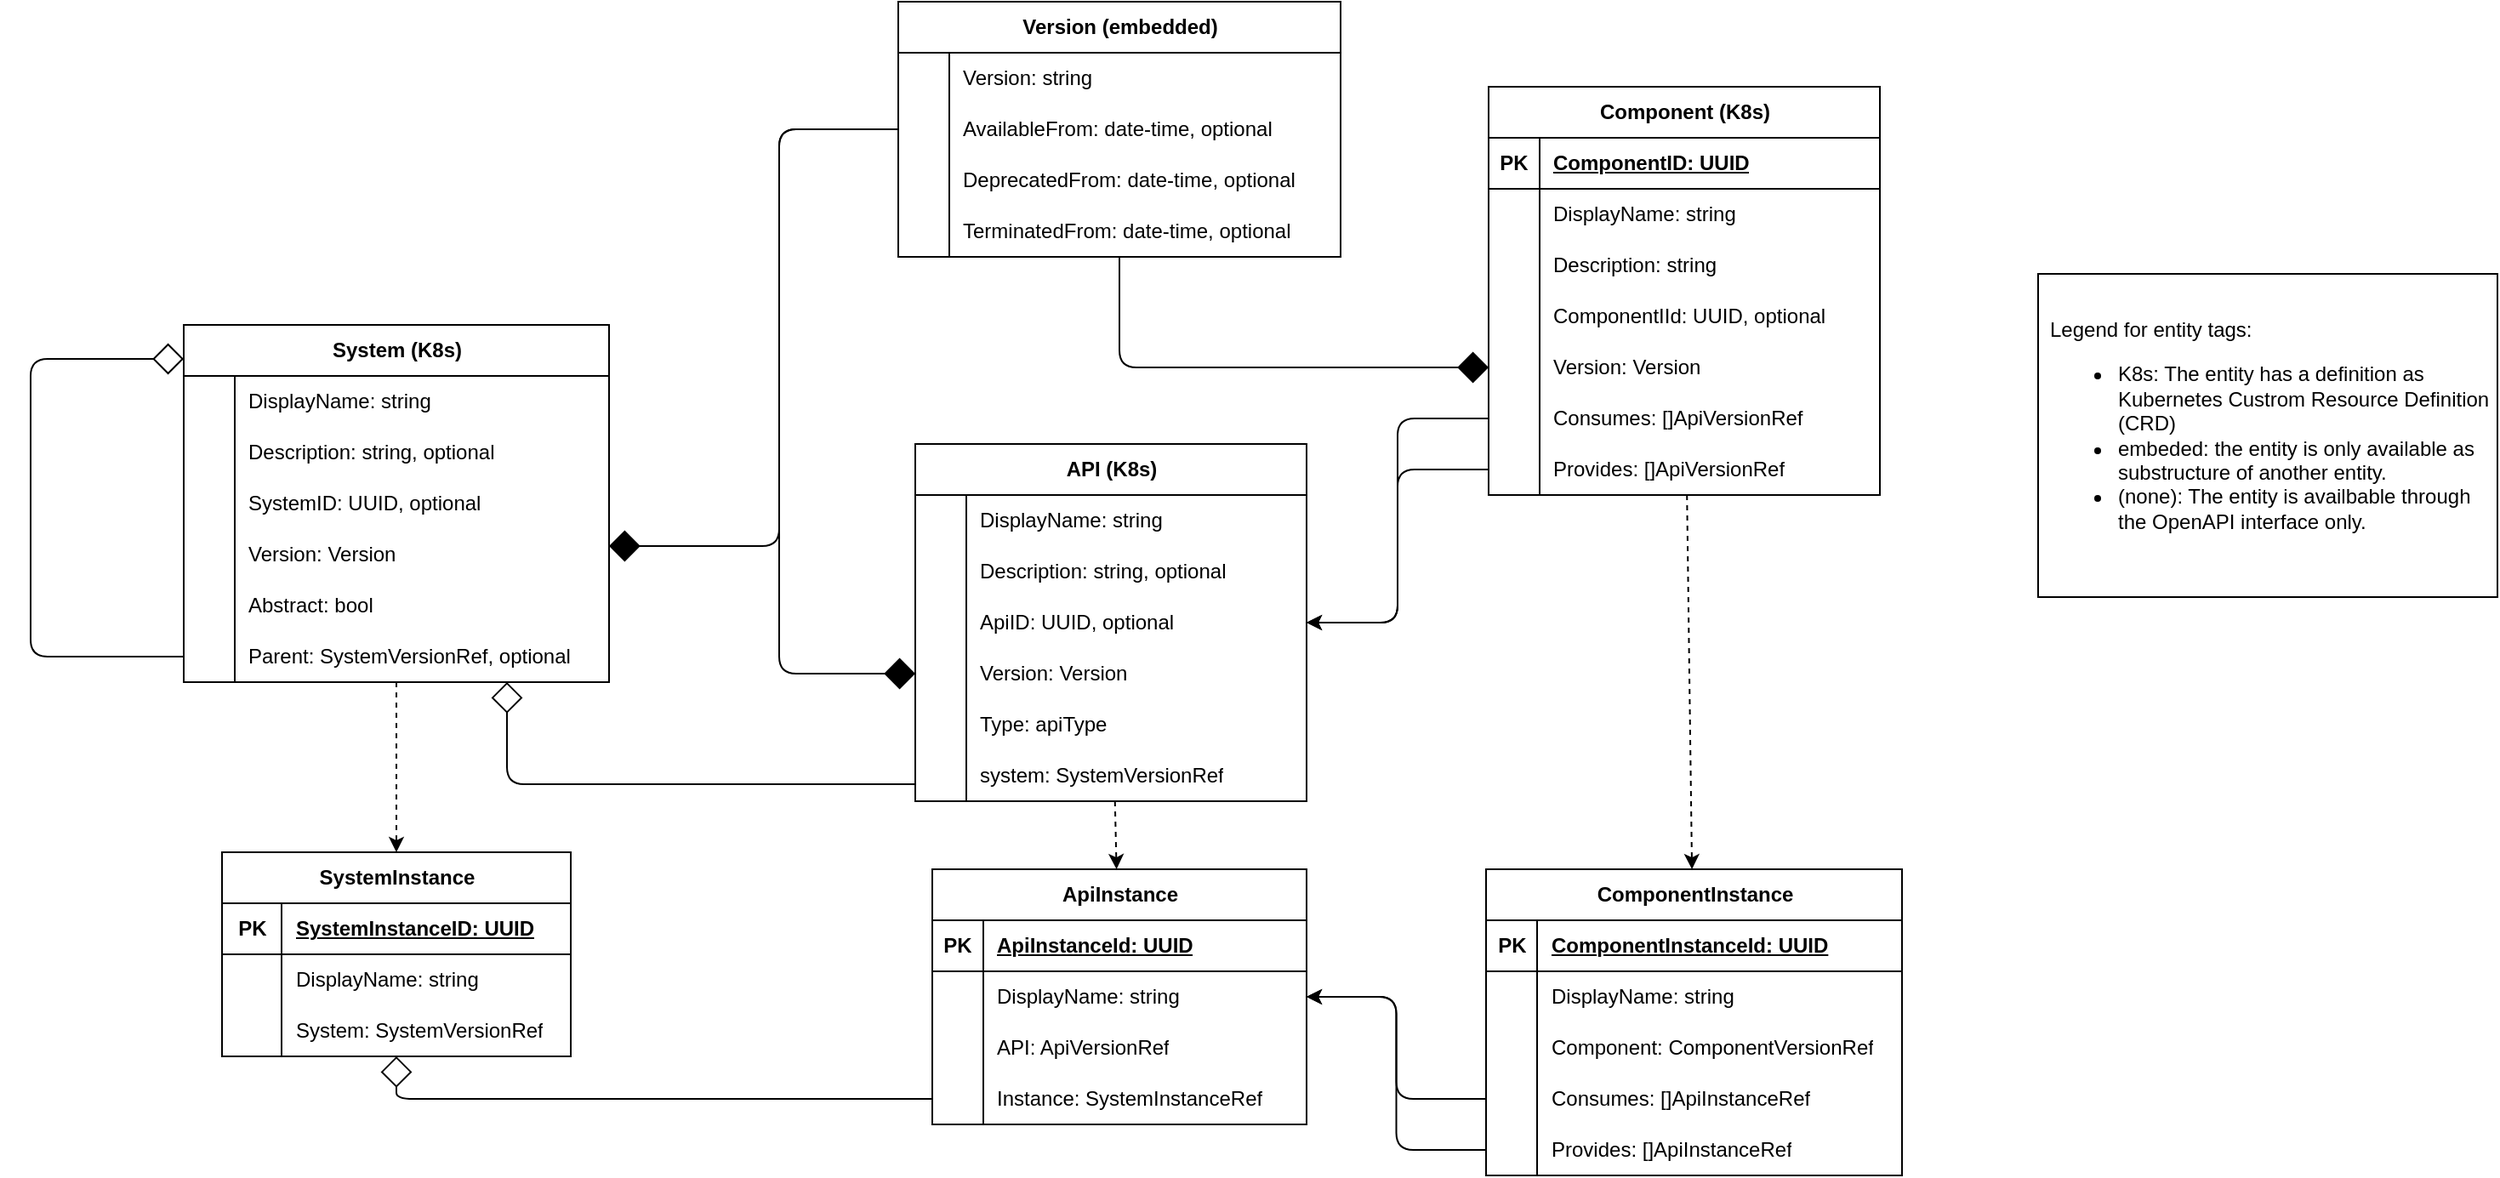
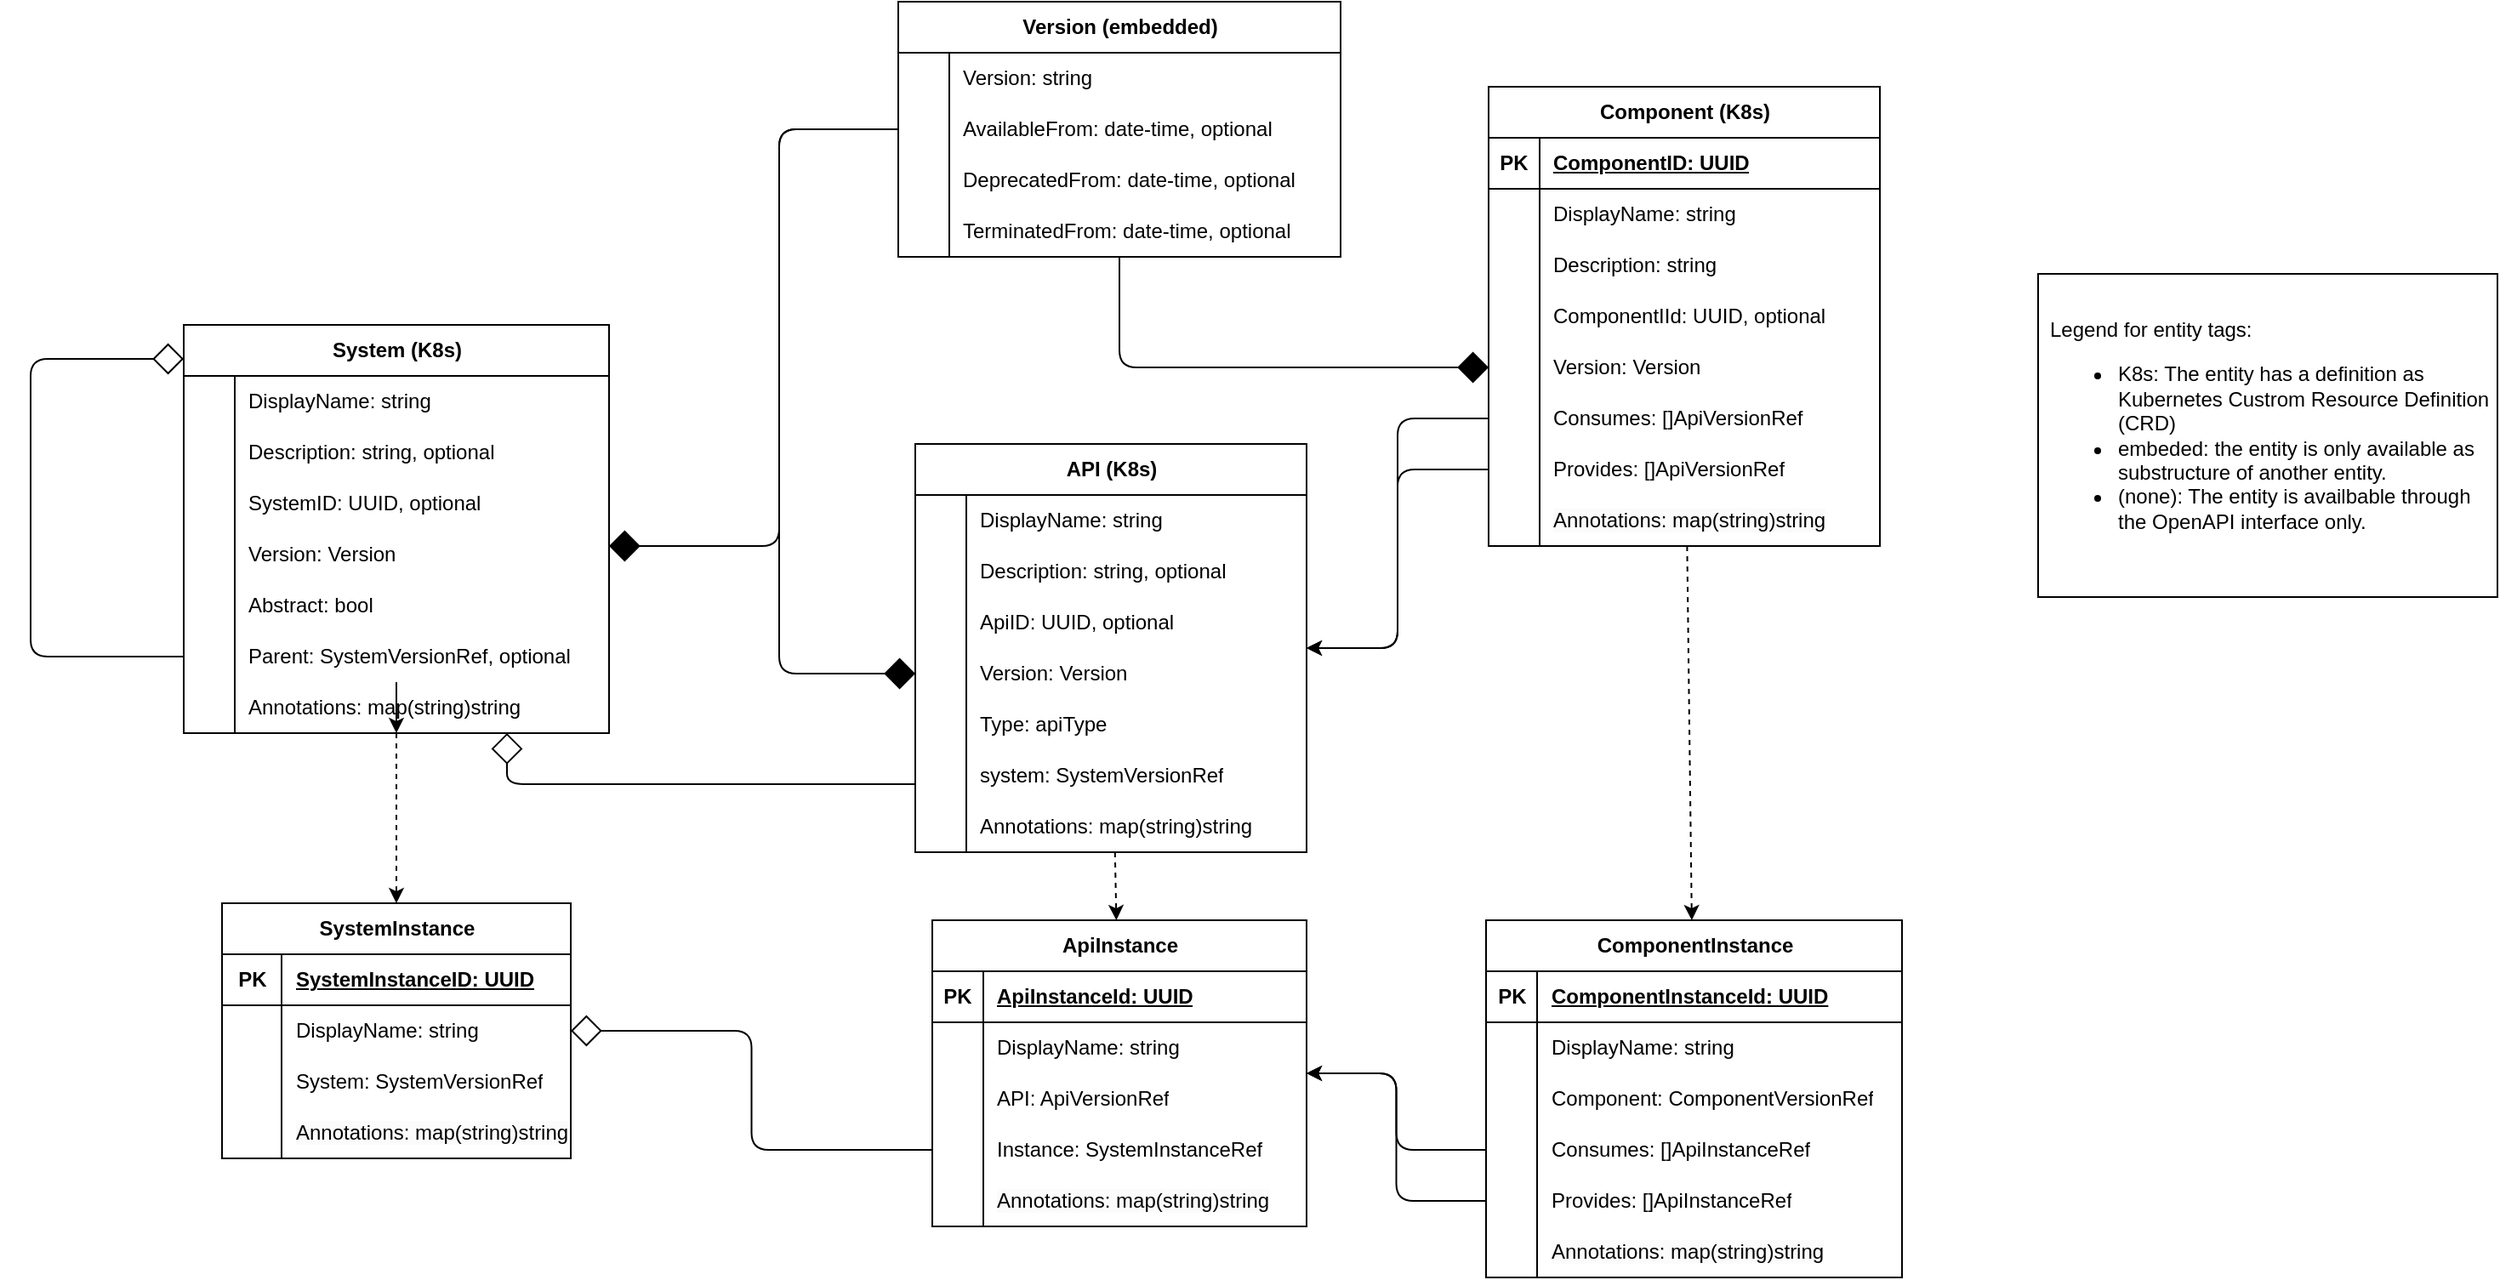
<mxfile host="65bd71144e">
    <diagram id="egGxFhZj15wtIb_rM2Mn" name="Phase 1">
-         <mxGraphModel dx="2337" dy="1625" grid="1" gridSize="10" guides="1" tooltips="1" connect="1" arrows="1" fold="1" page="1" pageScale="1" pageWidth="827" pageHeight="1169" math="0" shadow="0">
+         <mxGraphModel dx="1864" dy="1625" grid="1" gridSize="10" guides="1" tooltips="1" connect="1" arrows="1" fold="1" page="1" pageScale="1" pageWidth="827" pageHeight="1169" math="0" shadow="0">
            <root>
                <mxCell id="0"/>
                <mxCell id="1" parent="0"/>
                <mxCell id="129" style="edgeStyle=none;html=1;dashed=1;" edge="1" parent="1" source="2" target="107">
                    <mxGeometry relative="1" as="geometry"/>
                </mxCell>
                <mxCell id="2" value="System (K8s)" style="shape=table;startSize=30;container=1;collapsible=1;childLayout=tableLayout;fixedRows=1;rowLines=0;fontStyle=1;align=center;resizeLast=1;html=1;" vertex="1" parent="1">
-                     <mxGeometry x="-120" y="60" width="250" height="210" as="geometry"/>
+                     <mxGeometry x="-120" y="60" width="250" height="240" as="geometry"/>
                </mxCell>
                <mxCell id="6" value="" style="shape=tableRow;horizontal=0;startSize=0;swimlaneHead=0;swimlaneBody=0;fillColor=none;collapsible=0;dropTarget=0;points=[[0,0.5],[1,0.5]];portConstraint=eastwest;top=0;left=0;right=0;bottom=0;" vertex="1" parent="2">
                    <mxGeometry y="30" width="250" height="30" as="geometry"/>
                </mxCell>
                <mxCell id="7" value="" style="shape=partialRectangle;connectable=0;fillColor=none;top=0;left=0;bottom=0;right=0;editable=1;overflow=hidden;whiteSpace=wrap;html=1;" vertex="1" parent="6">
                    <mxGeometry width="30" height="30" as="geometry">
                        <mxRectangle width="30" height="30" as="alternateBounds"/>
                    </mxGeometry>
                </mxCell>
                <mxCell id="8" value="DisplayName: string" style="shape=partialRectangle;connectable=0;fillColor=none;top=0;left=0;bottom=0;right=0;align=left;spacingLeft=6;overflow=hidden;whiteSpace=wrap;html=1;" vertex="1" parent="6">
                    <mxGeometry x="30" width="220" height="30" as="geometry">
                        <mxRectangle width="220" height="30" as="alternateBounds"/>
                    </mxGeometry>
                </mxCell>
                <mxCell id="151" style="shape=tableRow;horizontal=0;startSize=0;swimlaneHead=0;swimlaneBody=0;fillColor=none;collapsible=0;dropTarget=0;points=[[0,0.5],[1,0.5]];portConstraint=eastwest;top=0;left=0;right=0;bottom=0;" vertex="1" parent="2">
                    <mxGeometry y="60" width="250" height="30" as="geometry"/>
                </mxCell>
                <mxCell id="152" style="shape=partialRectangle;connectable=0;fillColor=none;top=0;left=0;bottom=0;right=0;editable=1;overflow=hidden;whiteSpace=wrap;html=1;" vertex="1" parent="151">
                    <mxGeometry width="30" height="30" as="geometry">
                        <mxRectangle width="30" height="30" as="alternateBounds"/>
                    </mxGeometry>
                </mxCell>
                <mxCell id="153" value="Description: string, optional" style="shape=partialRectangle;connectable=0;fillColor=none;top=0;left=0;bottom=0;right=0;align=left;spacingLeft=6;overflow=hidden;whiteSpace=wrap;html=1;" vertex="1" parent="151">
                    <mxGeometry x="30" width="220" height="30" as="geometry">
                        <mxRectangle width="220" height="30" as="alternateBounds"/>
                    </mxGeometry>
                </mxCell>
                <mxCell id="123" style="shape=tableRow;horizontal=0;startSize=0;swimlaneHead=0;swimlaneBody=0;fillColor=none;collapsible=0;dropTarget=0;points=[[0,0.5],[1,0.5]];portConstraint=eastwest;top=0;left=0;right=0;bottom=0;" vertex="1" parent="2">
                    <mxGeometry y="90" width="250" height="30" as="geometry"/>
                </mxCell>
                <mxCell id="124" style="shape=partialRectangle;connectable=0;fillColor=none;top=0;left=0;bottom=0;right=0;editable=1;overflow=hidden;whiteSpace=wrap;html=1;" vertex="1" parent="123">
                    <mxGeometry width="30" height="30" as="geometry">
                        <mxRectangle width="30" height="30" as="alternateBounds"/>
                    </mxGeometry>
                </mxCell>
                <mxCell id="125" value="SystemID: UUID, optional" style="shape=partialRectangle;connectable=0;fillColor=none;top=0;left=0;bottom=0;right=0;align=left;spacingLeft=6;overflow=hidden;whiteSpace=wrap;html=1;" vertex="1" parent="123">
                    <mxGeometry x="30" width="220" height="30" as="geometry">
                        <mxRectangle width="220" height="30" as="alternateBounds"/>
                    </mxGeometry>
                </mxCell>
                <mxCell id="94" style="shape=tableRow;horizontal=0;startSize=0;swimlaneHead=0;swimlaneBody=0;fillColor=none;collapsible=0;dropTarget=0;points=[[0,0.5],[1,0.5]];portConstraint=eastwest;top=0;left=0;right=0;bottom=0;" vertex="1" parent="2">
                    <mxGeometry y="120" width="250" height="30" as="geometry"/>
                </mxCell>
                <mxCell id="95" style="shape=partialRectangle;connectable=0;fillColor=none;top=0;left=0;bottom=0;right=0;editable=1;overflow=hidden;whiteSpace=wrap;html=1;" vertex="1" parent="94">
                    <mxGeometry width="30" height="30" as="geometry">
                        <mxRectangle width="30" height="30" as="alternateBounds"/>
                    </mxGeometry>
                </mxCell>
                <mxCell id="96" value="Version: Version" style="shape=partialRectangle;connectable=0;fillColor=none;top=0;left=0;bottom=0;right=0;align=left;spacingLeft=6;overflow=hidden;whiteSpace=wrap;html=1;" vertex="1" parent="94">
                    <mxGeometry x="30" width="220" height="30" as="geometry">
                        <mxRectangle width="220" height="30" as="alternateBounds"/>
                    </mxGeometry>
                </mxCell>
                <mxCell id="157" style="shape=tableRow;horizontal=0;startSize=0;swimlaneHead=0;swimlaneBody=0;fillColor=none;collapsible=0;dropTarget=0;points=[[0,0.5],[1,0.5]];portConstraint=eastwest;top=0;left=0;right=0;bottom=0;" vertex="1" parent="2">
                    <mxGeometry y="150" width="250" height="30" as="geometry"/>
                </mxCell>
                <mxCell id="158" style="shape=partialRectangle;connectable=0;fillColor=none;top=0;left=0;bottom=0;right=0;editable=1;overflow=hidden;whiteSpace=wrap;html=1;" vertex="1" parent="157">
                    <mxGeometry width="30" height="30" as="geometry">
                        <mxRectangle width="30" height="30" as="alternateBounds"/>
                    </mxGeometry>
                </mxCell>
                <mxCell id="159" value="Abstract: bool" style="shape=partialRectangle;connectable=0;fillColor=none;top=0;left=0;bottom=0;right=0;align=left;spacingLeft=6;overflow=hidden;whiteSpace=wrap;html=1;" vertex="1" parent="157">
                    <mxGeometry x="30" width="220" height="30" as="geometry">
                        <mxRectangle width="220" height="30" as="alternateBounds"/>
                    </mxGeometry>
                </mxCell>
                <mxCell id="172" style="shape=tableRow;horizontal=0;startSize=0;swimlaneHead=0;swimlaneBody=0;fillColor=none;collapsible=0;dropTarget=0;points=[[0,0.5],[1,0.5]];portConstraint=eastwest;top=0;left=0;right=0;bottom=0;" vertex="1" parent="2">
                    <mxGeometry y="180" width="250" height="30" as="geometry"/>
                </mxCell>
                <mxCell id="173" style="shape=partialRectangle;connectable=0;fillColor=none;top=0;left=0;bottom=0;right=0;editable=1;overflow=hidden;whiteSpace=wrap;html=1;" vertex="1" parent="172">
                    <mxGeometry width="30" height="30" as="geometry">
                        <mxRectangle width="30" height="30" as="alternateBounds"/>
                    </mxGeometry>
                </mxCell>
                <mxCell id="174" value="Parent: SystemVersionRef, optional" style="shape=partialRectangle;connectable=0;fillColor=none;top=0;left=0;bottom=0;right=0;align=left;spacingLeft=6;overflow=hidden;whiteSpace=wrap;html=1;" vertex="1" parent="172">
+                     <mxGeometry x="30" width="220" height="30" as="geometry">
+                         <mxRectangle width="220" height="30" as="alternateBounds"/>
+                     </mxGeometry>
+                 </mxCell>
+                 <mxCell id="190" style="shape=tableRow;horizontal=0;startSize=0;swimlaneHead=0;swimlaneBody=0;fillColor=none;collapsible=0;dropTarget=0;points=[[0,0.5],[1,0.5]];portConstraint=eastwest;top=0;left=0;right=0;bottom=0;" vertex="1" parent="2">
+                     <mxGeometry y="210" width="250" height="30" as="geometry"/>
+                 </mxCell>
+                 <mxCell id="191" style="shape=partialRectangle;connectable=0;fillColor=none;top=0;left=0;bottom=0;right=0;editable=1;overflow=hidden;whiteSpace=wrap;html=1;" vertex="1" parent="190">
+                     <mxGeometry width="30" height="30" as="geometry">
+                         <mxRectangle width="30" height="30" as="alternateBounds"/>
+                     </mxGeometry>
+                 </mxCell>
+                 <mxCell id="192" value="Annotations: map(string)string" style="shape=partialRectangle;connectable=0;fillColor=none;top=0;left=0;bottom=0;right=0;align=left;spacingLeft=6;overflow=hidden;whiteSpace=wrap;html=1;" vertex="1" parent="190">
                    <mxGeometry x="30" width="220" height="30" as="geometry">
                        <mxRectangle width="220" height="30" as="alternateBounds"/>
                    </mxGeometry>
                </mxCell>
                <mxCell id="176" style="edgeStyle=orthogonalEdgeStyle;html=1;endArrow=diamond;endFill=0;endSize=16;startSize=16;" edge="1" parent="2" source="172" target="2">
                    <mxGeometry relative="1" as="geometry">
                        <mxPoint x="10" y="280" as="targetPoint"/>
                        <Array as="points">
                            <mxPoint x="-90" y="195"/>
                            <mxPoint x="-90" y="20"/>
                        </Array>
                    </mxGeometry>
                </mxCell>
                <mxCell id="99" style="edgeStyle=none;html=1;dashed=1;" edge="1" parent="1" source="30" target="44">
-                     <mxGeometry relative="1" as="geometry"/>
+                     <mxGeometry relative="1" as="geometry">
+                         <mxPoint x="427.727272727273" y="400" as="sourcePoint"/>
+                     </mxGeometry>
                </mxCell>
                <mxCell id="30" value="API (K8s)" style="shape=table;startSize=30;container=1;collapsible=1;childLayout=tableLayout;fixedRows=1;rowLines=0;fontStyle=1;align=center;resizeLast=1;html=1;" vertex="1" parent="1">
-                     <mxGeometry x="310" y="130" width="230" height="210" as="geometry"/>
+                     <mxGeometry x="310" y="130" width="230" height="240" as="geometry"/>
                </mxCell>
                <mxCell id="34" value="" style="shape=tableRow;horizontal=0;startSize=0;swimlaneHead=0;swimlaneBody=0;fillColor=none;collapsible=0;dropTarget=0;points=[[0,0.5],[1,0.5]];portConstraint=eastwest;top=0;left=0;right=0;bottom=0;" vertex="1" parent="30">
                    <mxGeometry y="30" width="230" height="30" as="geometry"/>
                </mxCell>
                <mxCell id="35" value="" style="shape=partialRectangle;connectable=0;fillColor=none;top=0;left=0;bottom=0;right=0;editable=1;overflow=hidden;whiteSpace=wrap;html=1;" vertex="1" parent="34">
                    <mxGeometry width="30" height="30" as="geometry">
                        <mxRectangle width="30" height="30" as="alternateBounds"/>
                    </mxGeometry>
                </mxCell>
                <mxCell id="36" value="DisplayName: string" style="shape=partialRectangle;connectable=0;fillColor=none;top=0;left=0;bottom=0;right=0;align=left;spacingLeft=6;overflow=hidden;whiteSpace=wrap;html=1;" vertex="1" parent="34">
                    <mxGeometry x="30" width="200" height="30" as="geometry">
                        <mxRectangle width="200" height="30" as="alternateBounds"/>
                    </mxGeometry>
                </mxCell>
                <mxCell id="154" style="shape=tableRow;horizontal=0;startSize=0;swimlaneHead=0;swimlaneBody=0;fillColor=none;collapsible=0;dropTarget=0;points=[[0,0.5],[1,0.5]];portConstraint=eastwest;top=0;left=0;right=0;bottom=0;" vertex="1" parent="30">
                    <mxGeometry y="60" width="230" height="30" as="geometry"/>
                </mxCell>
                <mxCell id="155" style="shape=partialRectangle;connectable=0;fillColor=none;top=0;left=0;bottom=0;right=0;editable=1;overflow=hidden;whiteSpace=wrap;html=1;" vertex="1" parent="154">
                    <mxGeometry width="30" height="30" as="geometry">
                        <mxRectangle width="30" height="30" as="alternateBounds"/>
                    </mxGeometry>
                </mxCell>
                <mxCell id="156" value="Description: string, optional" style="shape=partialRectangle;connectable=0;fillColor=none;top=0;left=0;bottom=0;right=0;align=left;spacingLeft=6;overflow=hidden;whiteSpace=wrap;html=1;" vertex="1" parent="154">
                    <mxGeometry x="30" width="200" height="30" as="geometry">
                        <mxRectangle width="200" height="30" as="alternateBounds"/>
                    </mxGeometry>
                </mxCell>
                <mxCell id="126" style="shape=tableRow;horizontal=0;startSize=0;swimlaneHead=0;swimlaneBody=0;fillColor=none;collapsible=0;dropTarget=0;points=[[0,0.5],[1,0.5]];portConstraint=eastwest;top=0;left=0;right=0;bottom=0;" vertex="1" parent="30">
                    <mxGeometry y="90" width="230" height="30" as="geometry"/>
                </mxCell>
                <mxCell id="127" style="shape=partialRectangle;connectable=0;fillColor=none;top=0;left=0;bottom=0;right=0;editable=1;overflow=hidden;whiteSpace=wrap;html=1;" vertex="1" parent="126">
                    <mxGeometry width="30" height="30" as="geometry">
                        <mxRectangle width="30" height="30" as="alternateBounds"/>
                    </mxGeometry>
                </mxCell>
                <mxCell id="128" value="ApiID: UUID, optional" style="shape=partialRectangle;connectable=0;fillColor=none;top=0;left=0;bottom=0;right=0;align=left;spacingLeft=6;overflow=hidden;whiteSpace=wrap;html=1;" vertex="1" parent="126">
                    <mxGeometry x="30" width="200" height="30" as="geometry">
                        <mxRectangle width="200" height="30" as="alternateBounds"/>
                    </mxGeometry>
                </mxCell>
                <mxCell id="89" style="shape=tableRow;horizontal=0;startSize=0;swimlaneHead=0;swimlaneBody=0;fillColor=none;collapsible=0;dropTarget=0;points=[[0,0.5],[1,0.5]];portConstraint=eastwest;top=0;left=0;right=0;bottom=0;" vertex="1" parent="30">
                    <mxGeometry y="120" width="230" height="30" as="geometry"/>
                </mxCell>
                <mxCell id="90" style="shape=partialRectangle;connectable=0;fillColor=none;top=0;left=0;bottom=0;right=0;editable=1;overflow=hidden;whiteSpace=wrap;html=1;" vertex="1" parent="89">
                    <mxGeometry width="30" height="30" as="geometry">
                        <mxRectangle width="30" height="30" as="alternateBounds"/>
                    </mxGeometry>
                </mxCell>
                <mxCell id="91" value="Version: Version" style="shape=partialRectangle;connectable=0;fillColor=none;top=0;left=0;bottom=0;right=0;align=left;spacingLeft=6;overflow=hidden;whiteSpace=wrap;html=1;" vertex="1" parent="89">
                    <mxGeometry x="30" width="200" height="30" as="geometry">
                        <mxRectangle width="200" height="30" as="alternateBounds"/>
                    </mxGeometry>
                </mxCell>
                <mxCell id="37" value="" style="shape=tableRow;horizontal=0;startSize=0;swimlaneHead=0;swimlaneBody=0;fillColor=none;collapsible=0;dropTarget=0;points=[[0,0.5],[1,0.5]];portConstraint=eastwest;top=0;left=0;right=0;bottom=0;" vertex="1" parent="30">
                    <mxGeometry y="150" width="230" height="30" as="geometry"/>
                </mxCell>
                <mxCell id="38" value="" style="shape=partialRectangle;connectable=0;fillColor=none;top=0;left=0;bottom=0;right=0;editable=1;overflow=hidden;whiteSpace=wrap;html=1;" vertex="1" parent="37">
                    <mxGeometry width="30" height="30" as="geometry">
                        <mxRectangle width="30" height="30" as="alternateBounds"/>
                    </mxGeometry>
                </mxCell>
                <mxCell id="39" value="Type: apiType" style="shape=partialRectangle;connectable=0;fillColor=none;top=0;left=0;bottom=0;right=0;align=left;spacingLeft=6;overflow=hidden;whiteSpace=wrap;html=1;" vertex="1" parent="37">
                    <mxGeometry x="30" width="200" height="30" as="geometry">
                        <mxRectangle width="200" height="30" as="alternateBounds"/>
                    </mxGeometry>
                </mxCell>
                <mxCell id="40" value="" style="shape=tableRow;horizontal=0;startSize=0;swimlaneHead=0;swimlaneBody=0;fillColor=none;collapsible=0;dropTarget=0;points=[[0,0.5],[1,0.5]];portConstraint=eastwest;top=0;left=0;right=0;bottom=0;" vertex="1" parent="30">
                    <mxGeometry y="180" width="230" height="30" as="geometry"/>
                </mxCell>
                <mxCell id="41" value="" style="shape=partialRectangle;connectable=0;fillColor=none;top=0;left=0;bottom=0;right=0;editable=1;overflow=hidden;whiteSpace=wrap;html=1;" vertex="1" parent="40">
                    <mxGeometry width="30" height="30" as="geometry">
                        <mxRectangle width="30" height="30" as="alternateBounds"/>
                    </mxGeometry>
                </mxCell>
                <mxCell id="42" value="system: SystemVersionRef" style="shape=partialRectangle;connectable=0;fillColor=none;top=0;left=0;bottom=0;right=0;align=left;spacingLeft=6;overflow=hidden;whiteSpace=wrap;html=1;" vertex="1" parent="40">
+                     <mxGeometry x="30" width="200" height="30" as="geometry">
+                         <mxRectangle width="200" height="30" as="alternateBounds"/>
+                     </mxGeometry>
+                 </mxCell>
+                 <mxCell id="193" style="shape=tableRow;horizontal=0;startSize=0;swimlaneHead=0;swimlaneBody=0;fillColor=none;collapsible=0;dropTarget=0;points=[[0,0.5],[1,0.5]];portConstraint=eastwest;top=0;left=0;right=0;bottom=0;" vertex="1" parent="30">
+                     <mxGeometry y="210" width="230" height="30" as="geometry"/>
+                 </mxCell>
+                 <mxCell id="194" style="shape=partialRectangle;connectable=0;fillColor=none;top=0;left=0;bottom=0;right=0;editable=1;overflow=hidden;whiteSpace=wrap;html=1;" vertex="1" parent="193">
+                     <mxGeometry width="30" height="30" as="geometry">
+                         <mxRectangle width="30" height="30" as="alternateBounds"/>
+                     </mxGeometry>
+                 </mxCell>
+                 <mxCell id="195" value="&lt;span style=&quot;color: rgb(0, 0, 0);&quot;&gt;Annotations: map(string)string&lt;/span&gt;" style="shape=partialRectangle;connectable=0;fillColor=none;top=0;left=0;bottom=0;right=0;align=left;spacingLeft=6;overflow=hidden;whiteSpace=wrap;html=1;" vertex="1" parent="193">
                    <mxGeometry x="30" width="200" height="30" as="geometry">
                        <mxRectangle width="200" height="30" as="alternateBounds"/>
                    </mxGeometry>
                </mxCell>
                <mxCell id="43" style="edgeStyle=orthogonalEdgeStyle;html=1;endArrow=diamond;endFill=0;endSize=16;" edge="1" parent="1" source="40" target="2">
                    <mxGeometry relative="1" as="geometry">
                        <Array as="points">
                            <mxPoint x="70" y="330"/>
                        </Array>
                    </mxGeometry>
                </mxCell>
                <mxCell id="175" style="edgeStyle=none;html=1;" edge="1" parent="1" source="172" target="2">
                    <mxGeometry relative="1" as="geometry"/>
                </mxCell>
                <mxCell id="44" value="ApiInstance" style="shape=table;startSize=30;container=1;collapsible=1;childLayout=tableLayout;fixedRows=1;rowLines=0;fontStyle=1;align=center;resizeLast=1;html=1;" vertex="1" parent="1">
-                     <mxGeometry x="320" y="380" width="220" height="150" as="geometry"/>
+                     <mxGeometry x="320" y="410" width="220" height="180" as="geometry"/>
                </mxCell>
                <mxCell id="45" value="" style="shape=tableRow;horizontal=0;startSize=0;swimlaneHead=0;swimlaneBody=0;fillColor=none;collapsible=0;dropTarget=0;points=[[0,0.5],[1,0.5]];portConstraint=eastwest;top=0;left=0;right=0;bottom=1;" vertex="1" parent="44">
                    <mxGeometry y="30" width="220" height="30" as="geometry"/>
                </mxCell>
                <mxCell id="46" value="PK" style="shape=partialRectangle;connectable=0;fillColor=none;top=0;left=0;bottom=0;right=0;fontStyle=1;overflow=hidden;whiteSpace=wrap;html=1;" vertex="1" parent="45">
                    <mxGeometry width="30" height="30" as="geometry">
                        <mxRectangle width="30" height="30" as="alternateBounds"/>
                    </mxGeometry>
                </mxCell>
                <mxCell id="47" value="ApiInstanceId: UUID" style="shape=partialRectangle;connectable=0;fillColor=none;top=0;left=0;bottom=0;right=0;align=left;spacingLeft=6;fontStyle=5;overflow=hidden;whiteSpace=wrap;html=1;" vertex="1" parent="45">
                    <mxGeometry x="30" width="190" height="30" as="geometry">
                        <mxRectangle width="190" height="30" as="alternateBounds"/>
                    </mxGeometry>
                </mxCell>
                <mxCell id="48" value="" style="shape=tableRow;horizontal=0;startSize=0;swimlaneHead=0;swimlaneBody=0;fillColor=none;collapsible=0;dropTarget=0;points=[[0,0.5],[1,0.5]];portConstraint=eastwest;top=0;left=0;right=0;bottom=0;" vertex="1" parent="44">
                    <mxGeometry y="60" width="220" height="30" as="geometry"/>
                </mxCell>
                <mxCell id="49" value="" style="shape=partialRectangle;connectable=0;fillColor=none;top=0;left=0;bottom=0;right=0;editable=1;overflow=hidden;whiteSpace=wrap;html=1;" vertex="1" parent="48">
                    <mxGeometry width="30" height="30" as="geometry">
                        <mxRectangle width="30" height="30" as="alternateBounds"/>
                    </mxGeometry>
                </mxCell>
                <mxCell id="50" value="DisplayName: string" style="shape=partialRectangle;connectable=0;fillColor=none;top=0;left=0;bottom=0;right=0;align=left;spacingLeft=6;overflow=hidden;whiteSpace=wrap;html=1;" vertex="1" parent="48">
                    <mxGeometry x="30" width="190" height="30" as="geometry">
                        <mxRectangle width="190" height="30" as="alternateBounds"/>
                    </mxGeometry>
                </mxCell>
                <mxCell id="51" value="" style="shape=tableRow;horizontal=0;startSize=0;swimlaneHead=0;swimlaneBody=0;fillColor=none;collapsible=0;dropTarget=0;points=[[0,0.5],[1,0.5]];portConstraint=eastwest;top=0;left=0;right=0;bottom=0;" vertex="1" parent="44">
                    <mxGeometry y="90" width="220" height="30" as="geometry"/>
                </mxCell>
                <mxCell id="52" value="" style="shape=partialRectangle;connectable=0;fillColor=none;top=0;left=0;bottom=0;right=0;editable=1;overflow=hidden;whiteSpace=wrap;html=1;" vertex="1" parent="51">
                    <mxGeometry width="30" height="30" as="geometry">
                        <mxRectangle width="30" height="30" as="alternateBounds"/>
                    </mxGeometry>
                </mxCell>
                <mxCell id="53" value="API: ApiVersionRef" style="shape=partialRectangle;connectable=0;fillColor=none;top=0;left=0;bottom=0;right=0;align=left;spacingLeft=6;overflow=hidden;whiteSpace=wrap;html=1;" vertex="1" parent="51">
                    <mxGeometry x="30" width="190" height="30" as="geometry">
                        <mxRectangle width="190" height="30" as="alternateBounds"/>
                    </mxGeometry>
                </mxCell>
                <mxCell id="54" value="" style="shape=tableRow;horizontal=0;startSize=0;swimlaneHead=0;swimlaneBody=0;fillColor=none;collapsible=0;dropTarget=0;points=[[0,0.5],[1,0.5]];portConstraint=eastwest;top=0;left=0;right=0;bottom=0;" vertex="1" parent="44">
                    <mxGeometry y="120" width="220" height="30" as="geometry"/>
                </mxCell>
                <mxCell id="55" value="" style="shape=partialRectangle;connectable=0;fillColor=none;top=0;left=0;bottom=0;right=0;editable=1;overflow=hidden;whiteSpace=wrap;html=1;" vertex="1" parent="54">
                    <mxGeometry width="30" height="30" as="geometry">
                        <mxRectangle width="30" height="30" as="alternateBounds"/>
                    </mxGeometry>
                </mxCell>
                <mxCell id="56" value="Instance: SystemInstanceRef" style="shape=partialRectangle;connectable=0;fillColor=none;top=0;left=0;bottom=0;right=0;align=left;spacingLeft=6;overflow=hidden;whiteSpace=wrap;html=1;" vertex="1" parent="54">
                    <mxGeometry x="30" width="190" height="30" as="geometry">
                        <mxRectangle width="190" height="30" as="alternateBounds"/>
                    </mxGeometry>
                </mxCell>
+                 <mxCell id="202" style="shape=tableRow;horizontal=0;startSize=0;swimlaneHead=0;swimlaneBody=0;fillColor=none;collapsible=0;dropTarget=0;points=[[0,0.5],[1,0.5]];portConstraint=eastwest;top=0;left=0;right=0;bottom=0;" vertex="1" parent="44">
+                     <mxGeometry y="150" width="220" height="30" as="geometry"/>
+                 </mxCell>
+                 <mxCell id="203" style="shape=partialRectangle;connectable=0;fillColor=none;top=0;left=0;bottom=0;right=0;editable=1;overflow=hidden;whiteSpace=wrap;html=1;" vertex="1" parent="202">
+                     <mxGeometry width="30" height="30" as="geometry">
+                         <mxRectangle width="30" height="30" as="alternateBounds"/>
+                     </mxGeometry>
+                 </mxCell>
+                 <mxCell id="204" value="&lt;span style=&quot;color: rgb(0, 0, 0); font-family: Helvetica; font-size: 12px; font-style: normal; font-variant-ligatures: normal; font-variant-caps: normal; font-weight: 400; letter-spacing: normal; orphans: 2; text-align: left; text-indent: 0px; text-transform: none; widows: 2; word-spacing: 0px; -webkit-text-stroke-width: 0px; white-space: normal; background-color: rgb(251, 251, 251); text-decoration-thickness: initial; text-decoration-style: initial; text-decoration-color: initial; display: inline !important; float: none;&quot;&gt;Annotations: map(string)string&lt;/span&gt;" style="shape=partialRectangle;connectable=0;fillColor=none;top=0;left=0;bottom=0;right=0;align=left;spacingLeft=6;overflow=hidden;whiteSpace=wrap;html=1;" vertex="1" parent="202">
+                     <mxGeometry x="30" width="190" height="30" as="geometry">
+                         <mxRectangle width="190" height="30" as="alternateBounds"/>
+                     </mxGeometry>
+                 </mxCell>
                <mxCell id="148" style="edgeStyle=none;html=1;dashed=1;" edge="1" parent="1" source="60" target="133">
                    <mxGeometry relative="1" as="geometry"/>
                </mxCell>
                <mxCell id="60" value="Component (K8s)" style="shape=table;startSize=30;container=1;collapsible=1;childLayout=tableLayout;fixedRows=1;rowLines=0;fontStyle=1;align=center;resizeLast=1;html=1;" vertex="1" parent="1">
-                     <mxGeometry x="647" y="-80" width="230" height="240" as="geometry"/>
+                     <mxGeometry x="647" y="-80" width="230" height="270" as="geometry"/>
                </mxCell>
                <mxCell id="104" value="" style="shape=tableRow;horizontal=0;startSize=0;swimlaneHead=0;swimlaneBody=0;fillColor=none;collapsible=0;dropTarget=0;points=[[0,0.5],[1,0.5]];portConstraint=eastwest;top=0;left=0;right=0;bottom=1;" vertex="1" parent="60">
                    <mxGeometry y="30" width="230" height="30" as="geometry"/>
                </mxCell>
                <mxCell id="105" value="PK" style="shape=partialRectangle;connectable=0;fillColor=none;top=0;left=0;bottom=0;right=0;fontStyle=1;overflow=hidden;whiteSpace=wrap;html=1;" vertex="1" parent="104">
                    <mxGeometry width="30" height="30" as="geometry">
                        <mxRectangle width="30" height="30" as="alternateBounds"/>
                    </mxGeometry>
                </mxCell>
                <mxCell id="106" value="ComponentID: UUID" style="shape=partialRectangle;connectable=0;fillColor=none;top=0;left=0;bottom=0;right=0;align=left;spacingLeft=6;fontStyle=5;overflow=hidden;whiteSpace=wrap;html=1;" vertex="1" parent="104">
                    <mxGeometry x="30" width="200" height="30" as="geometry">
                        <mxRectangle width="200" height="30" as="alternateBounds"/>
                    </mxGeometry>
                </mxCell>
                <mxCell id="64" value="" style="shape=tableRow;horizontal=0;startSize=0;swimlaneHead=0;swimlaneBody=0;fillColor=none;collapsible=0;dropTarget=0;points=[[0,0.5],[1,0.5]];portConstraint=eastwest;top=0;left=0;right=0;bottom=0;" vertex="1" parent="60">
                    <mxGeometry y="60" width="230" height="30" as="geometry"/>
                </mxCell>
                <mxCell id="65" value="" style="shape=partialRectangle;connectable=0;fillColor=none;top=0;left=0;bottom=0;right=0;editable=1;overflow=hidden;whiteSpace=wrap;html=1;" vertex="1" parent="64">
                    <mxGeometry width="30" height="30" as="geometry">
                        <mxRectangle width="30" height="30" as="alternateBounds"/>
                    </mxGeometry>
                </mxCell>
                <mxCell id="66" value="DisplayName: string" style="shape=partialRectangle;connectable=0;fillColor=none;top=0;left=0;bottom=0;right=0;align=left;spacingLeft=6;overflow=hidden;whiteSpace=wrap;html=1;" vertex="1" parent="64">
                    <mxGeometry x="30" width="200" height="30" as="geometry">
                        <mxRectangle width="200" height="30" as="alternateBounds"/>
                    </mxGeometry>
                </mxCell>
                <mxCell id="163" style="shape=tableRow;horizontal=0;startSize=0;swimlaneHead=0;swimlaneBody=0;fillColor=none;collapsible=0;dropTarget=0;points=[[0,0.5],[1,0.5]];portConstraint=eastwest;top=0;left=0;right=0;bottom=0;" vertex="1" parent="60">
                    <mxGeometry y="90" width="230" height="30" as="geometry"/>
                </mxCell>
                <mxCell id="164" style="shape=partialRectangle;connectable=0;fillColor=none;top=0;left=0;bottom=0;right=0;editable=1;overflow=hidden;whiteSpace=wrap;html=1;" vertex="1" parent="163">
                    <mxGeometry width="30" height="30" as="geometry">
                        <mxRectangle width="30" height="30" as="alternateBounds"/>
                    </mxGeometry>
                </mxCell>
                <mxCell id="165" value="Description: string" style="shape=partialRectangle;connectable=0;fillColor=none;top=0;left=0;bottom=0;right=0;align=left;spacingLeft=6;overflow=hidden;whiteSpace=wrap;html=1;" vertex="1" parent="163">
                    <mxGeometry x="30" width="200" height="30" as="geometry">
                        <mxRectangle width="200" height="30" as="alternateBounds"/>
                    </mxGeometry>
                </mxCell>
                <mxCell id="160" style="shape=tableRow;horizontal=0;startSize=0;swimlaneHead=0;swimlaneBody=0;fillColor=none;collapsible=0;dropTarget=0;points=[[0,0.5],[1,0.5]];portConstraint=eastwest;top=0;left=0;right=0;bottom=0;" vertex="1" parent="60">
                    <mxGeometry y="120" width="230" height="30" as="geometry"/>
                </mxCell>
                <mxCell id="161" style="shape=partialRectangle;connectable=0;fillColor=none;top=0;left=0;bottom=0;right=0;editable=1;overflow=hidden;whiteSpace=wrap;html=1;" vertex="1" parent="160">
                    <mxGeometry width="30" height="30" as="geometry">
                        <mxRectangle width="30" height="30" as="alternateBounds"/>
                    </mxGeometry>
                </mxCell>
                <mxCell id="162" value="ComponentIId: UUID, optional" style="shape=partialRectangle;connectable=0;fillColor=none;top=0;left=0;bottom=0;right=0;align=left;spacingLeft=6;overflow=hidden;whiteSpace=wrap;html=1;" vertex="1" parent="160">
                    <mxGeometry x="30" width="200" height="30" as="geometry">
                        <mxRectangle width="200" height="30" as="alternateBounds"/>
                    </mxGeometry>
                </mxCell>
                <mxCell id="67" value="" style="shape=tableRow;horizontal=0;startSize=0;swimlaneHead=0;swimlaneBody=0;fillColor=none;collapsible=0;dropTarget=0;points=[[0,0.5],[1,0.5]];portConstraint=eastwest;top=0;left=0;right=0;bottom=0;" vertex="1" parent="60">
                    <mxGeometry y="150" width="230" height="30" as="geometry"/>
                </mxCell>
                <mxCell id="68" value="" style="shape=partialRectangle;connectable=0;fillColor=none;top=0;left=0;bottom=0;right=0;editable=1;overflow=hidden;whiteSpace=wrap;html=1;" vertex="1" parent="67">
                    <mxGeometry width="30" height="30" as="geometry">
                        <mxRectangle width="30" height="30" as="alternateBounds"/>
                    </mxGeometry>
                </mxCell>
                <mxCell id="69" value="Version: Version" style="shape=partialRectangle;connectable=0;fillColor=none;top=0;left=0;bottom=0;right=0;align=left;spacingLeft=6;overflow=hidden;whiteSpace=wrap;html=1;" vertex="1" parent="67">
                    <mxGeometry x="30" width="200" height="30" as="geometry">
                        <mxRectangle width="200" height="30" as="alternateBounds"/>
                    </mxGeometry>
                </mxCell>
                <mxCell id="70" value="" style="shape=tableRow;horizontal=0;startSize=0;swimlaneHead=0;swimlaneBody=0;fillColor=none;collapsible=0;dropTarget=0;points=[[0,0.5],[1,0.5]];portConstraint=eastwest;top=0;left=0;right=0;bottom=0;" vertex="1" parent="60">
                    <mxGeometry y="180" width="230" height="30" as="geometry"/>
                </mxCell>
                <mxCell id="71" value="" style="shape=partialRectangle;connectable=0;fillColor=none;top=0;left=0;bottom=0;right=0;editable=1;overflow=hidden;whiteSpace=wrap;html=1;" vertex="1" parent="70">
                    <mxGeometry width="30" height="30" as="geometry">
                        <mxRectangle width="30" height="30" as="alternateBounds"/>
                    </mxGeometry>
                </mxCell>
                <mxCell id="72" value="Consumes: []ApiVersionRef" style="shape=partialRectangle;connectable=0;fillColor=none;top=0;left=0;bottom=0;right=0;align=left;spacingLeft=6;overflow=hidden;whiteSpace=wrap;html=1;" vertex="1" parent="70">
                    <mxGeometry x="30" width="200" height="30" as="geometry">
                        <mxRectangle width="200" height="30" as="alternateBounds"/>
                    </mxGeometry>
                </mxCell>
                <mxCell id="100" style="shape=tableRow;horizontal=0;startSize=0;swimlaneHead=0;swimlaneBody=0;fillColor=none;collapsible=0;dropTarget=0;points=[[0,0.5],[1,0.5]];portConstraint=eastwest;top=0;left=0;right=0;bottom=0;" vertex="1" parent="60">
                    <mxGeometry y="210" width="230" height="30" as="geometry"/>
                </mxCell>
                <mxCell id="101" style="shape=partialRectangle;connectable=0;fillColor=none;top=0;left=0;bottom=0;right=0;editable=1;overflow=hidden;whiteSpace=wrap;html=1;" vertex="1" parent="100">
                    <mxGeometry width="30" height="30" as="geometry">
                        <mxRectangle width="30" height="30" as="alternateBounds"/>
                    </mxGeometry>
                </mxCell>
                <mxCell id="102" value="Provides: []ApiVersionRef" style="shape=partialRectangle;connectable=0;fillColor=none;top=0;left=0;bottom=0;right=0;align=left;spacingLeft=6;overflow=hidden;whiteSpace=wrap;html=1;" vertex="1" parent="100">
+                     <mxGeometry x="30" width="200" height="30" as="geometry">
+                         <mxRectangle width="200" height="30" as="alternateBounds"/>
+                     </mxGeometry>
+                 </mxCell>
+                 <mxCell id="196" style="shape=tableRow;horizontal=0;startSize=0;swimlaneHead=0;swimlaneBody=0;fillColor=none;collapsible=0;dropTarget=0;points=[[0,0.5],[1,0.5]];portConstraint=eastwest;top=0;left=0;right=0;bottom=0;" vertex="1" parent="60">
+                     <mxGeometry y="240" width="230" height="30" as="geometry"/>
+                 </mxCell>
+                 <mxCell id="197" style="shape=partialRectangle;connectable=0;fillColor=none;top=0;left=0;bottom=0;right=0;editable=1;overflow=hidden;whiteSpace=wrap;html=1;" vertex="1" parent="196">
+                     <mxGeometry width="30" height="30" as="geometry">
+                         <mxRectangle width="30" height="30" as="alternateBounds"/>
+                     </mxGeometry>
+                 </mxCell>
+                 <mxCell id="198" value="&lt;span style=&quot;color: rgb(0, 0, 0); font-family: Helvetica; font-size: 12px; font-style: normal; font-variant-ligatures: normal; font-variant-caps: normal; font-weight: 400; letter-spacing: normal; orphans: 2; text-align: left; text-indent: 0px; text-transform: none; widows: 2; word-spacing: 0px; -webkit-text-stroke-width: 0px; white-space: normal; background-color: rgb(251, 251, 251); text-decoration-thickness: initial; text-decoration-style: initial; text-decoration-color: initial; display: inline !important; float: none;&quot;&gt;Annotations: map(string)string&lt;/span&gt;" style="shape=partialRectangle;connectable=0;fillColor=none;top=0;left=0;bottom=0;right=0;align=left;spacingLeft=6;overflow=hidden;whiteSpace=wrap;html=1;" vertex="1" parent="196">
                    <mxGeometry x="30" width="200" height="30" as="geometry">
                        <mxRectangle width="200" height="30" as="alternateBounds"/>
                    </mxGeometry>
                </mxCell>
                <mxCell id="73" value="Version (embedded)" style="shape=table;startSize=30;container=1;collapsible=1;childLayout=tableLayout;fixedRows=1;rowLines=0;fontStyle=1;align=center;resizeLast=1;html=1;" vertex="1" parent="1">
                    <mxGeometry x="300" y="-130" width="260" height="150" as="geometry"/>
                </mxCell>
                <mxCell id="86" style="shape=tableRow;horizontal=0;startSize=0;swimlaneHead=0;swimlaneBody=0;fillColor=none;collapsible=0;dropTarget=0;points=[[0,0.5],[1,0.5]];portConstraint=eastwest;top=0;left=0;right=0;bottom=0;" vertex="1" parent="73">
                    <mxGeometry y="30" width="260" height="30" as="geometry"/>
                </mxCell>
                <mxCell id="87" style="shape=partialRectangle;connectable=0;fillColor=none;top=0;left=0;bottom=0;right=0;editable=1;overflow=hidden;whiteSpace=wrap;html=1;" vertex="1" parent="86">
                    <mxGeometry width="30" height="30" as="geometry">
                        <mxRectangle width="30" height="30" as="alternateBounds"/>
                    </mxGeometry>
                </mxCell>
                <mxCell id="88" value="Version: string" style="shape=partialRectangle;connectable=0;fillColor=none;top=0;left=0;bottom=0;right=0;align=left;spacingLeft=6;overflow=hidden;whiteSpace=wrap;html=1;" vertex="1" parent="86">
                    <mxGeometry x="30" width="230" height="30" as="geometry">
                        <mxRectangle width="230" height="30" as="alternateBounds"/>
                    </mxGeometry>
                </mxCell>
                <mxCell id="77" value="" style="shape=tableRow;horizontal=0;startSize=0;swimlaneHead=0;swimlaneBody=0;fillColor=none;collapsible=0;dropTarget=0;points=[[0,0.5],[1,0.5]];portConstraint=eastwest;top=0;left=0;right=0;bottom=0;" vertex="1" parent="73">
                    <mxGeometry y="60" width="260" height="30" as="geometry"/>
                </mxCell>
                <mxCell id="78" value="" style="shape=partialRectangle;connectable=0;fillColor=none;top=0;left=0;bottom=0;right=0;editable=1;overflow=hidden;whiteSpace=wrap;html=1;" vertex="1" parent="77">
                    <mxGeometry width="30" height="30" as="geometry">
                        <mxRectangle width="30" height="30" as="alternateBounds"/>
                    </mxGeometry>
                </mxCell>
                <mxCell id="79" value="AvailableFrom: date-time, optional" style="shape=partialRectangle;connectable=0;fillColor=none;top=0;left=0;bottom=0;right=0;align=left;spacingLeft=6;overflow=hidden;whiteSpace=wrap;html=1;" vertex="1" parent="77">
                    <mxGeometry x="30" width="230" height="30" as="geometry">
                        <mxRectangle width="230" height="30" as="alternateBounds"/>
                    </mxGeometry>
                </mxCell>
                <mxCell id="80" value="" style="shape=tableRow;horizontal=0;startSize=0;swimlaneHead=0;swimlaneBody=0;fillColor=none;collapsible=0;dropTarget=0;points=[[0,0.5],[1,0.5]];portConstraint=eastwest;top=0;left=0;right=0;bottom=0;" vertex="1" parent="73">
                    <mxGeometry y="90" width="260" height="30" as="geometry"/>
                </mxCell>
                <mxCell id="81" value="" style="shape=partialRectangle;connectable=0;fillColor=none;top=0;left=0;bottom=0;right=0;editable=1;overflow=hidden;whiteSpace=wrap;html=1;" vertex="1" parent="80">
                    <mxGeometry width="30" height="30" as="geometry">
                        <mxRectangle width="30" height="30" as="alternateBounds"/>
                    </mxGeometry>
                </mxCell>
                <mxCell id="82" value="DeprecatedFrom: date-time, optional" style="shape=partialRectangle;connectable=0;fillColor=none;top=0;left=0;bottom=0;right=0;align=left;spacingLeft=6;overflow=hidden;whiteSpace=wrap;html=1;" vertex="1" parent="80">
                    <mxGeometry x="30" width="230" height="30" as="geometry">
                        <mxRectangle width="230" height="30" as="alternateBounds"/>
                    </mxGeometry>
                </mxCell>
                <mxCell id="83" value="" style="shape=tableRow;horizontal=0;startSize=0;swimlaneHead=0;swimlaneBody=0;fillColor=none;collapsible=0;dropTarget=0;points=[[0,0.5],[1,0.5]];portConstraint=eastwest;top=0;left=0;right=0;bottom=0;" vertex="1" parent="73">
                    <mxGeometry y="120" width="260" height="30" as="geometry"/>
                </mxCell>
                <mxCell id="84" value="" style="shape=partialRectangle;connectable=0;fillColor=none;top=0;left=0;bottom=0;right=0;editable=1;overflow=hidden;whiteSpace=wrap;html=1;" vertex="1" parent="83">
                    <mxGeometry width="30" height="30" as="geometry">
                        <mxRectangle width="30" height="30" as="alternateBounds"/>
                    </mxGeometry>
                </mxCell>
                <mxCell id="85" value="TerminatedFrom: date-time, optional" style="shape=partialRectangle;connectable=0;fillColor=none;top=0;left=0;bottom=0;right=0;align=left;spacingLeft=6;overflow=hidden;whiteSpace=wrap;html=1;" vertex="1" parent="83">
                    <mxGeometry x="30" width="230" height="30" as="geometry">
                        <mxRectangle width="230" height="30" as="alternateBounds"/>
                    </mxGeometry>
                </mxCell>
                <mxCell id="92" style="edgeStyle=orthogonalEdgeStyle;html=1;startArrow=diamond;startFill=1;endArrow=none;endFill=0;endSize=16;startSize=16;" edge="1" parent="1" source="89" target="73">
                    <mxGeometry relative="1" as="geometry">
                        <Array as="points">
                            <mxPoint x="230" y="265"/>
                            <mxPoint x="230" y="-55"/>
                        </Array>
                    </mxGeometry>
                </mxCell>
                <mxCell id="97" style="edgeStyle=orthogonalEdgeStyle;html=1;startArrow=diamond;startFill=1;endArrow=none;endFill=0;endSize=16;startSize=16;" edge="1" parent="1" source="94" target="73">
                    <mxGeometry relative="1" as="geometry">
                        <Array as="points">
                            <mxPoint x="230" y="190"/>
                            <mxPoint x="230" y="-55"/>
                        </Array>
                    </mxGeometry>
                </mxCell>
                <mxCell id="98" style="edgeStyle=orthogonalEdgeStyle;html=1;startArrow=diamond;startFill=1;endArrow=none;endFill=0;endSize=16;startSize=16;" edge="1" parent="1" source="67" target="73">
                    <mxGeometry relative="1" as="geometry"/>
                </mxCell>
                <mxCell id="107" value="SystemInstance" style="shape=table;startSize=30;container=1;collapsible=1;childLayout=tableLayout;fixedRows=1;rowLines=0;fontStyle=1;align=center;resizeLast=1;html=1;whiteSpace=wrap;" vertex="1" parent="1">
-                     <mxGeometry x="-97.5" y="370" width="205" height="120" as="geometry"/>
+                     <mxGeometry x="-97.5" y="400" width="205" height="150" as="geometry"/>
                </mxCell>
                <mxCell id="120" value="" style="shape=tableRow;horizontal=0;startSize=0;swimlaneHead=0;swimlaneBody=0;fillColor=none;collapsible=0;dropTarget=0;points=[[0,0.5],[1,0.5]];portConstraint=eastwest;top=0;left=0;right=0;bottom=1;" vertex="1" parent="107">
                    <mxGeometry y="30" width="205" height="30" as="geometry"/>
                </mxCell>
                <mxCell id="121" value="PK" style="shape=partialRectangle;connectable=0;fillColor=none;top=0;left=0;bottom=0;right=0;fontStyle=1;overflow=hidden;whiteSpace=wrap;html=1;" vertex="1" parent="120">
                    <mxGeometry width="35" height="30" as="geometry">
                        <mxRectangle width="35" height="30" as="alternateBounds"/>
                    </mxGeometry>
                </mxCell>
                <mxCell id="122" value="SystemInstanceID: UUID" style="shape=partialRectangle;connectable=0;fillColor=none;top=0;left=0;bottom=0;right=0;align=left;spacingLeft=6;fontStyle=5;overflow=hidden;whiteSpace=wrap;html=1;" vertex="1" parent="120">
                    <mxGeometry x="35" width="170" height="30" as="geometry">
                        <mxRectangle width="170" height="30" as="alternateBounds"/>
                    </mxGeometry>
                </mxCell>
                <mxCell id="114" value="" style="shape=tableRow;horizontal=0;startSize=0;swimlaneHead=0;swimlaneBody=0;fillColor=none;collapsible=0;dropTarget=0;points=[[0,0.5],[1,0.5]];portConstraint=eastwest;top=0;left=0;right=0;bottom=0;html=1;" vertex="1" parent="107">
                    <mxGeometry y="60" width="205" height="30" as="geometry"/>
                </mxCell>
                <mxCell id="115" value="" style="shape=partialRectangle;connectable=0;fillColor=none;top=0;left=0;bottom=0;right=0;editable=1;overflow=hidden;html=1;whiteSpace=wrap;" vertex="1" parent="114">
                    <mxGeometry width="35" height="30" as="geometry">
                        <mxRectangle width="35" height="30" as="alternateBounds"/>
                    </mxGeometry>
                </mxCell>
                <mxCell id="116" value="DisplayName: string" style="shape=partialRectangle;connectable=0;fillColor=none;top=0;left=0;bottom=0;right=0;align=left;spacingLeft=6;overflow=hidden;html=1;whiteSpace=wrap;" vertex="1" parent="114">
                    <mxGeometry x="35" width="170" height="30" as="geometry">
                        <mxRectangle width="170" height="30" as="alternateBounds"/>
                    </mxGeometry>
                </mxCell>
                <mxCell id="166" style="shape=tableRow;horizontal=0;startSize=0;swimlaneHead=0;swimlaneBody=0;fillColor=none;collapsible=0;dropTarget=0;points=[[0,0.5],[1,0.5]];portConstraint=eastwest;top=0;left=0;right=0;bottom=0;html=1;" vertex="1" parent="107">
                    <mxGeometry y="90" width="205" height="30" as="geometry"/>
                </mxCell>
                <mxCell id="167" style="shape=partialRectangle;connectable=0;fillColor=none;top=0;left=0;bottom=0;right=0;editable=1;overflow=hidden;html=1;whiteSpace=wrap;" vertex="1" parent="166">
                    <mxGeometry width="35" height="30" as="geometry">
                        <mxRectangle width="35" height="30" as="alternateBounds"/>
                    </mxGeometry>
                </mxCell>
                <mxCell id="168" value="System: SystemVersionRef" style="shape=partialRectangle;connectable=0;fillColor=none;top=0;left=0;bottom=0;right=0;align=left;spacingLeft=6;overflow=hidden;html=1;whiteSpace=wrap;" vertex="1" parent="166">
                    <mxGeometry x="35" width="170" height="30" as="geometry">
                        <mxRectangle width="170" height="30" as="alternateBounds"/>
                    </mxGeometry>
                </mxCell>
+                 <mxCell id="199" style="shape=tableRow;horizontal=0;startSize=0;swimlaneHead=0;swimlaneBody=0;fillColor=none;collapsible=0;dropTarget=0;points=[[0,0.5],[1,0.5]];portConstraint=eastwest;top=0;left=0;right=0;bottom=0;html=1;" vertex="1" parent="107">
+                     <mxGeometry y="120" width="205" height="30" as="geometry"/>
+                 </mxCell>
+                 <mxCell id="200" style="shape=partialRectangle;connectable=0;fillColor=none;top=0;left=0;bottom=0;right=0;editable=1;overflow=hidden;html=1;whiteSpace=wrap;" vertex="1" parent="199">
+                     <mxGeometry width="35" height="30" as="geometry">
+                         <mxRectangle width="35" height="30" as="alternateBounds"/>
+                     </mxGeometry>
+                 </mxCell>
+                 <mxCell id="201" value="&lt;span style=&quot;color: rgb(0, 0, 0); font-family: Helvetica; font-size: 12px; font-style: normal; font-variant-ligatures: normal; font-variant-caps: normal; font-weight: 400; letter-spacing: normal; orphans: 2; text-align: left; text-indent: 0px; text-transform: none; widows: 2; word-spacing: 0px; -webkit-text-stroke-width: 0px; white-space: normal; background-color: rgb(251, 251, 251); text-decoration-thickness: initial; text-decoration-style: initial; text-decoration-color: initial; display: inline !important; float: none;&quot;&gt;Annotations: map(string)string&lt;/span&gt;" style="shape=partialRectangle;connectable=0;fillColor=none;top=0;left=0;bottom=0;right=0;align=left;spacingLeft=6;overflow=hidden;html=1;whiteSpace=wrap;" vertex="1" parent="199">
+                     <mxGeometry x="35" width="170" height="30" as="geometry">
+                         <mxRectangle width="170" height="30" as="alternateBounds"/>
+                     </mxGeometry>
+                 </mxCell>
                <mxCell id="130" style="edgeStyle=orthogonalEdgeStyle;html=1;" edge="1" parent="1" source="70" target="30">
                    <mxGeometry relative="1" as="geometry"/>
                </mxCell>
                <mxCell id="131" style="edgeStyle=orthogonalEdgeStyle;html=1;" edge="1" parent="1" source="100" target="30">
                    <mxGeometry relative="1" as="geometry"/>
                </mxCell>
                <mxCell id="132" style="edgeStyle=orthogonalEdgeStyle;html=1;endArrow=diamond;endFill=0;endSize=16;startSize=16;" edge="1" parent="1" source="54" target="107">
                    <mxGeometry relative="1" as="geometry"/>
                </mxCell>
                <mxCell id="133" value="ComponentInstance" style="shape=table;startSize=30;container=1;collapsible=1;childLayout=tableLayout;fixedRows=1;rowLines=0;fontStyle=1;align=center;resizeLast=1;html=1;" vertex="1" parent="1">
-                     <mxGeometry x="645.5" y="380" width="244.5" height="180" as="geometry"/>
+                     <mxGeometry x="645.5" y="410" width="244.5" height="210" as="geometry"/>
                </mxCell>
                <mxCell id="134" value="" style="shape=tableRow;horizontal=0;startSize=0;swimlaneHead=0;swimlaneBody=0;fillColor=none;collapsible=0;dropTarget=0;points=[[0,0.5],[1,0.5]];portConstraint=eastwest;top=0;left=0;right=0;bottom=1;" vertex="1" parent="133">
                    <mxGeometry y="30" width="244.5" height="30" as="geometry"/>
                </mxCell>
                <mxCell id="135" value="PK" style="shape=partialRectangle;connectable=0;fillColor=none;top=0;left=0;bottom=0;right=0;fontStyle=1;overflow=hidden;whiteSpace=wrap;html=1;" vertex="1" parent="134">
                    <mxGeometry width="30" height="30" as="geometry">
                        <mxRectangle width="30" height="30" as="alternateBounds"/>
                    </mxGeometry>
                </mxCell>
                <mxCell id="136" value="ComponentInstanceId: UUID" style="shape=partialRectangle;connectable=0;fillColor=none;top=0;left=0;bottom=0;right=0;align=left;spacingLeft=6;fontStyle=5;overflow=hidden;whiteSpace=wrap;html=1;" vertex="1" parent="134">
                    <mxGeometry x="30" width="214.5" height="30" as="geometry">
                        <mxRectangle width="214.5" height="30" as="alternateBounds"/>
                    </mxGeometry>
                </mxCell>
                <mxCell id="137" value="" style="shape=tableRow;horizontal=0;startSize=0;swimlaneHead=0;swimlaneBody=0;fillColor=none;collapsible=0;dropTarget=0;points=[[0,0.5],[1,0.5]];portConstraint=eastwest;top=0;left=0;right=0;bottom=0;" vertex="1" parent="133">
                    <mxGeometry y="60" width="244.5" height="30" as="geometry"/>
                </mxCell>
                <mxCell id="138" value="" style="shape=partialRectangle;connectable=0;fillColor=none;top=0;left=0;bottom=0;right=0;editable=1;overflow=hidden;whiteSpace=wrap;html=1;" vertex="1" parent="137">
                    <mxGeometry width="30" height="30" as="geometry">
                        <mxRectangle width="30" height="30" as="alternateBounds"/>
                    </mxGeometry>
                </mxCell>
                <mxCell id="139" value="DisplayName: string" style="shape=partialRectangle;connectable=0;fillColor=none;top=0;left=0;bottom=0;right=0;align=left;spacingLeft=6;overflow=hidden;whiteSpace=wrap;html=1;" vertex="1" parent="137">
                    <mxGeometry x="30" width="214.5" height="30" as="geometry">
                        <mxRectangle width="214.5" height="30" as="alternateBounds"/>
                    </mxGeometry>
                </mxCell>
                <mxCell id="169" style="shape=tableRow;horizontal=0;startSize=0;swimlaneHead=0;swimlaneBody=0;fillColor=none;collapsible=0;dropTarget=0;points=[[0,0.5],[1,0.5]];portConstraint=eastwest;top=0;left=0;right=0;bottom=0;" vertex="1" parent="133">
                    <mxGeometry y="90" width="244.5" height="30" as="geometry"/>
                </mxCell>
                <mxCell id="170" style="shape=partialRectangle;connectable=0;fillColor=none;top=0;left=0;bottom=0;right=0;editable=1;overflow=hidden;whiteSpace=wrap;html=1;" vertex="1" parent="169">
                    <mxGeometry width="30" height="30" as="geometry">
                        <mxRectangle width="30" height="30" as="alternateBounds"/>
                    </mxGeometry>
                </mxCell>
                <mxCell id="171" value="Component: ComponentVersionRef" style="shape=partialRectangle;connectable=0;fillColor=none;top=0;left=0;bottom=0;right=0;align=left;spacingLeft=6;overflow=hidden;whiteSpace=wrap;html=1;" vertex="1" parent="169">
                    <mxGeometry x="30" width="214.5" height="30" as="geometry">
                        <mxRectangle width="214.5" height="30" as="alternateBounds"/>
                    </mxGeometry>
                </mxCell>
                <mxCell id="140" value="" style="shape=tableRow;horizontal=0;startSize=0;swimlaneHead=0;swimlaneBody=0;fillColor=none;collapsible=0;dropTarget=0;points=[[0,0.5],[1,0.5]];portConstraint=eastwest;top=0;left=0;right=0;bottom=0;" vertex="1" parent="133">
                    <mxGeometry y="120" width="244.5" height="30" as="geometry"/>
                </mxCell>
                <mxCell id="141" value="" style="shape=partialRectangle;connectable=0;fillColor=none;top=0;left=0;bottom=0;right=0;editable=1;overflow=hidden;whiteSpace=wrap;html=1;" vertex="1" parent="140">
                    <mxGeometry width="30" height="30" as="geometry">
                        <mxRectangle width="30" height="30" as="alternateBounds"/>
                    </mxGeometry>
                </mxCell>
                <mxCell id="142" value="Consumes: []ApiInstanceRef" style="shape=partialRectangle;connectable=0;fillColor=none;top=0;left=0;bottom=0;right=0;align=left;spacingLeft=6;overflow=hidden;whiteSpace=wrap;html=1;" vertex="1" parent="140">
                    <mxGeometry x="30" width="214.5" height="30" as="geometry">
                        <mxRectangle width="214.5" height="30" as="alternateBounds"/>
                    </mxGeometry>
                </mxCell>
                <mxCell id="143" value="" style="shape=tableRow;horizontal=0;startSize=0;swimlaneHead=0;swimlaneBody=0;fillColor=none;collapsible=0;dropTarget=0;points=[[0,0.5],[1,0.5]];portConstraint=eastwest;top=0;left=0;right=0;bottom=0;" vertex="1" parent="133">
                    <mxGeometry y="150" width="244.5" height="30" as="geometry"/>
                </mxCell>
                <mxCell id="144" value="" style="shape=partialRectangle;connectable=0;fillColor=none;top=0;left=0;bottom=0;right=0;editable=1;overflow=hidden;whiteSpace=wrap;html=1;" vertex="1" parent="143">
                    <mxGeometry width="30" height="30" as="geometry">
                        <mxRectangle width="30" height="30" as="alternateBounds"/>
                    </mxGeometry>
                </mxCell>
                <mxCell id="145" value="Provides: []ApiInstanceRef" style="shape=partialRectangle;connectable=0;fillColor=none;top=0;left=0;bottom=0;right=0;align=left;spacingLeft=6;overflow=hidden;whiteSpace=wrap;html=1;" vertex="1" parent="143">
                    <mxGeometry x="30" width="214.5" height="30" as="geometry">
                        <mxRectangle width="214.5" height="30" as="alternateBounds"/>
                    </mxGeometry>
                </mxCell>
+                 <mxCell id="205" style="shape=tableRow;horizontal=0;startSize=0;swimlaneHead=0;swimlaneBody=0;fillColor=none;collapsible=0;dropTarget=0;points=[[0,0.5],[1,0.5]];portConstraint=eastwest;top=0;left=0;right=0;bottom=0;" vertex="1" parent="133">
+                     <mxGeometry y="180" width="244.5" height="30" as="geometry"/>
+                 </mxCell>
+                 <mxCell id="206" style="shape=partialRectangle;connectable=0;fillColor=none;top=0;left=0;bottom=0;right=0;editable=1;overflow=hidden;whiteSpace=wrap;html=1;" vertex="1" parent="205">
+                     <mxGeometry width="30" height="30" as="geometry">
+                         <mxRectangle width="30" height="30" as="alternateBounds"/>
+                     </mxGeometry>
+                 </mxCell>
+                 <mxCell id="207" value="&lt;span style=&quot;color: rgb(0, 0, 0); font-family: Helvetica; font-size: 12px; font-style: normal; font-variant-ligatures: normal; font-variant-caps: normal; font-weight: 400; letter-spacing: normal; orphans: 2; text-align: left; text-indent: 0px; text-transform: none; widows: 2; word-spacing: 0px; -webkit-text-stroke-width: 0px; white-space: normal; background-color: rgb(251, 251, 251); text-decoration-thickness: initial; text-decoration-style: initial; text-decoration-color: initial; display: inline !important; float: none;&quot;&gt;Annotations: map(string)string&lt;/span&gt;" style="shape=partialRectangle;connectable=0;fillColor=none;top=0;left=0;bottom=0;right=0;align=left;spacingLeft=6;overflow=hidden;whiteSpace=wrap;html=1;" vertex="1" parent="205">
+                     <mxGeometry x="30" width="214.5" height="30" as="geometry">
+                         <mxRectangle width="214.5" height="30" as="alternateBounds"/>
+                     </mxGeometry>
+                 </mxCell>
                <mxCell id="146" style="edgeStyle=orthogonalEdgeStyle;html=1;" edge="1" parent="1" source="140" target="44">
                    <mxGeometry relative="1" as="geometry"/>
                </mxCell>
                <mxCell id="147" style="edgeStyle=orthogonalEdgeStyle;html=1;" edge="1" parent="1" source="143" target="44">
                    <mxGeometry relative="1" as="geometry"/>
                </mxCell>
                <mxCell id="150" value="Legend for entity tags:&lt;div&gt;&lt;ul&gt;&lt;li&gt;K8s: The entity has a definition as Kubernetes Custrom Resource Definition (CRD)&lt;/li&gt;&lt;li&gt;embeded: the entity is only available as substructure of another entity.&lt;/li&gt;&lt;li&gt;(none): The entity is availbable through the OpenAPI interface only.&lt;/li&gt;&lt;/ul&gt;&lt;/div&gt;" style="rounded=0;whiteSpace=wrap;html=1;align=left;spacingLeft=5;" vertex="1" parent="1">
                    <mxGeometry x="970" y="30" width="270" height="190" as="geometry"/>
                </mxCell>
+             </root>
+         </mxGraphModel>
+     </diagram>
+     <diagram id="1Na0wB4TWAYtptRaWDBc" name="Phase 2">
+         <mxGraphModel dx="726" dy="319" grid="1" gridSize="10" guides="1" tooltips="1" connect="1" arrows="1" fold="1" page="1" pageScale="1" pageWidth="827" pageHeight="1169" math="0" shadow="0">
+             <root>
+                 <mxCell id="0"/>
+                 <mxCell id="1" parent="0"/>
            </root>
        </mxGraphModel>
    </diagram>
</mxfile>